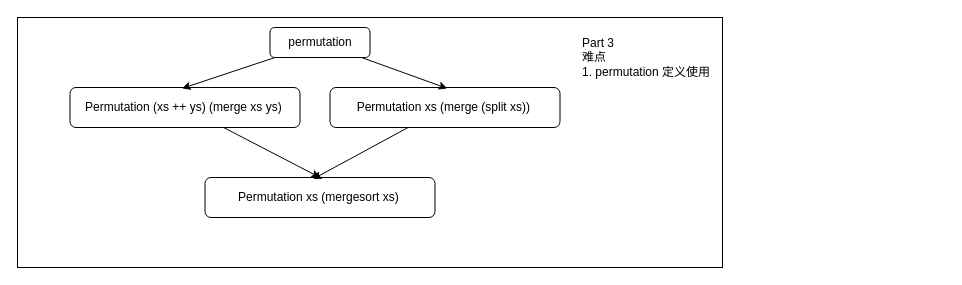
Before: slide/part3.drawio in lengyijun/MergeSort, a draw.io diagram. Source tidied: cells renumbered, new cells numbered last; positions are measured from the earlier drawing's top-left corner, leaving out a move shared by most shapes. Both pictures are drawn from the tidied source at 100%, with x=0, y=0 at pixel (17, 17).
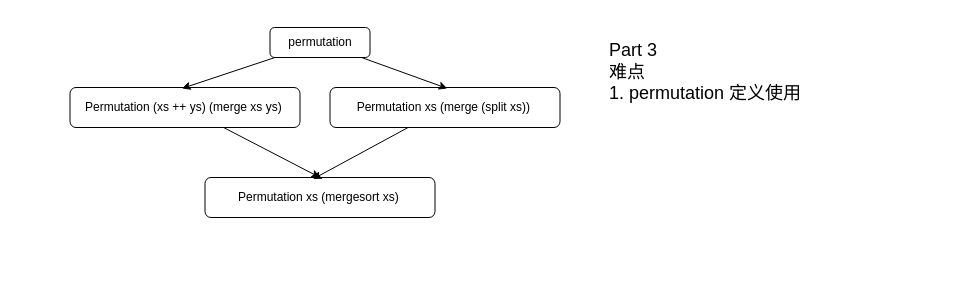
After the change.

Diff of the diagram source:
```diff
@@
 <mxGraphModel>
   <root>
     <mxCell id="0" />
     <mxCell id="1" parent="0" />
     <mxCell id="2" style="group;" parent="1" vertex="1">
       <mxGeometry width="722.5" height="250" as="geometry" />
     </mxCell>
-    <mxCell id="3" style="rounded=0;whiteSpace=wrap;html=1;" parent="2" vertex="1">
-      <mxGeometry width="705" height="250" as="geometry" />
-    </mxCell>
     <mxCell id="4" value="permutation" style="rounded=1;whiteSpace=wrap;html=1;" parent="2" vertex="1">
       <mxGeometry x="252.5" y="10" width="100" height="30" as="geometry" />
     </mxCell>
     <mxCell id="5" value="Permutation (xs ++ ys) (merge xs ys)&amp;nbsp;" style="rounded=1;whiteSpace=wrap;html=1;" parent="2" vertex="1">
       <mxGeometry x="52.5" y="70" width="230" height="40" as="geometry" />
     </mxCell>
     <mxCell id="6" style="edgeStyle=none;rounded=0;jettySize=auto;html=1;entryX=0.487;entryY=0.024;entryDx=0;entryDy=0;entryPerimeter=0;" parent="2" edge="1" source="4" target="5">
       <mxGeometry relative="1" as="geometry" />
     </mxCell>
     <mxCell id="7" value="Permutation xs (merge (split xs))&amp;nbsp;" style="rounded=1;whiteSpace=wrap;html=1;" parent="2" vertex="1">
       <mxGeometry x="312.5" y="70" width="230" height="40" as="geometry" />
     </mxCell>
     <mxCell id="8" style="edgeStyle=none;rounded=0;jettySize=auto;html=1;entryX=0.51;entryY=0.024;entryDx=0;entryDy=0;entryPerimeter=0;" parent="2" edge="1" source="4" target="7">
       <mxGeometry relative="1" as="geometry" />
     </mxCell>
     <mxCell id="9" value="Permutation xs (mergesort xs)&amp;nbsp;" style="rounded=1;whiteSpace=wrap;html=1;" parent="2" vertex="1">
       <mxGeometry x="187.5" y="160" width="230" height="40" as="geometry" />
     </mxCell>
     <mxCell id="10" style="edgeStyle=none;rounded=0;jettySize=auto;html=1;entryX=0.5;entryY=0;entryDx=0;entryDy=0;" parent="2" edge="1" source="5" target="9">
       <mxGeometry relative="1" as="geometry" />
     </mxCell>
     <mxCell id="11" style="edgeStyle=none;rounded=0;jettySize=auto;html=1;entryX=0.47;entryY=0.037;entryDx=0;entryDy=0;entryPerimeter=0;" parent="2" edge="1" source="7" target="9">
       <mxGeometry relative="1" as="geometry" />
     </mxCell>
-    <mxCell id="12" value="Part 3&lt;br&gt;难点&lt;br&gt;1. permutation 定义使用" style="text;html=1;strokeColor=none;fillColor=none;align=left;verticalAlign=middle;whiteSpace=wrap;rounded=0;" parent="2" vertex="1">
-      <mxGeometry x="562.5" width="160" height="80" as="geometry" />
+    <mxCell id="12" value="Part 3&lt;br style=&quot;font-size: 18px;&quot;&gt;难点&lt;br style=&quot;font-size: 18px;&quot;&gt;1. permutation 定义使用" style="text;html=1;strokeColor=none;fillColor=none;align=left;verticalAlign=middle;whiteSpace=wrap;rounded=0;fontSize=18;" parent="1" vertex="1">
+      <mxGeometry x="590" width="337.5" height="110" as="geometry" />
     </mxCell>
   </root>
 </mxGraphModel>
```
